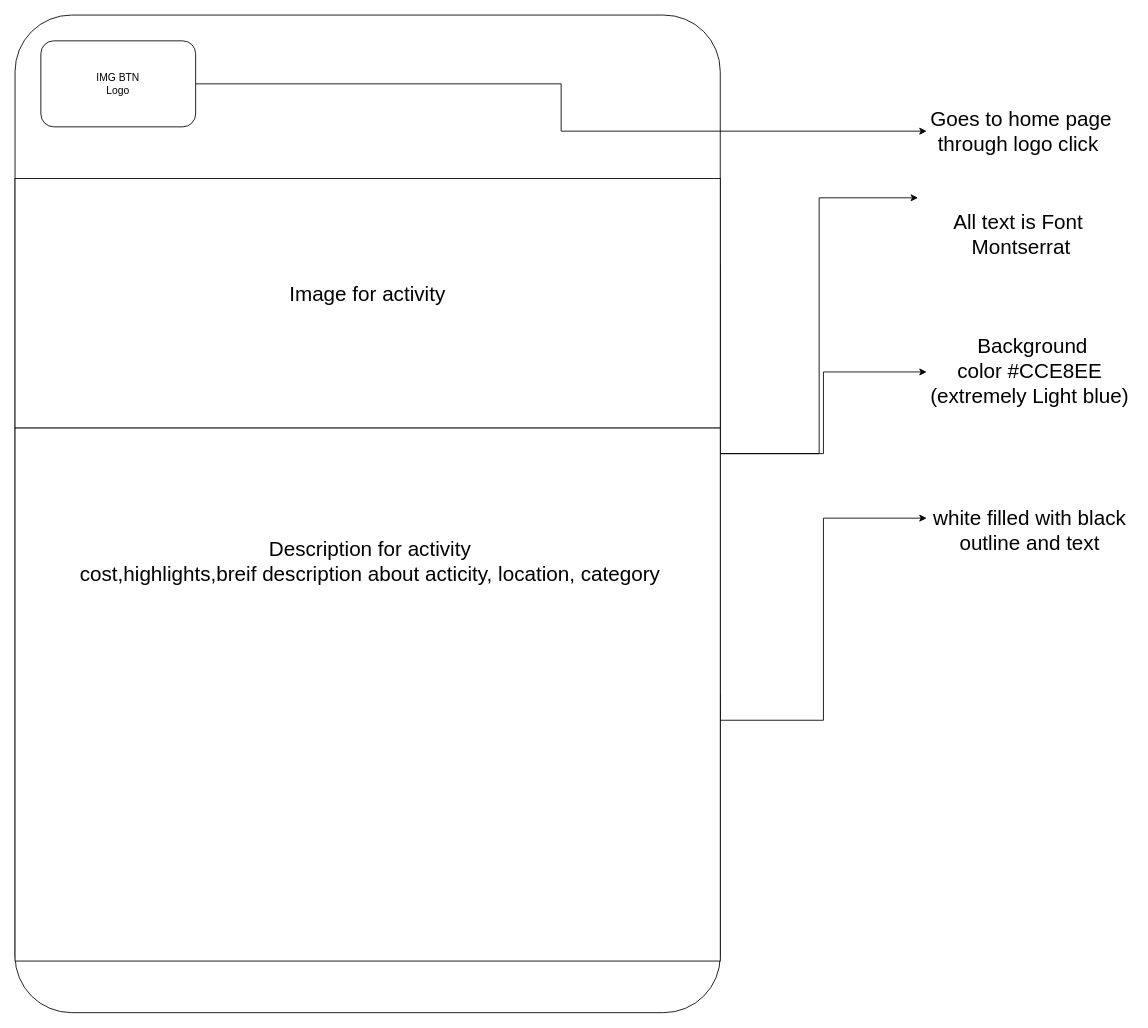
BarryHennett/ISCG7424_MobileAssignment keeps this draw.io diagram as Wireframes/DealsDetailsMBAPP.drawio. Above is the earlier version. Source tidied: cells renumbered, new cells numbered last; positions are measured from the earlier drawing's top-left corner, leaving out a move shared by most shapes. Both pictures are drawn from the tidied source at 86%, with x=0, y=0 at pixel (15, 15).
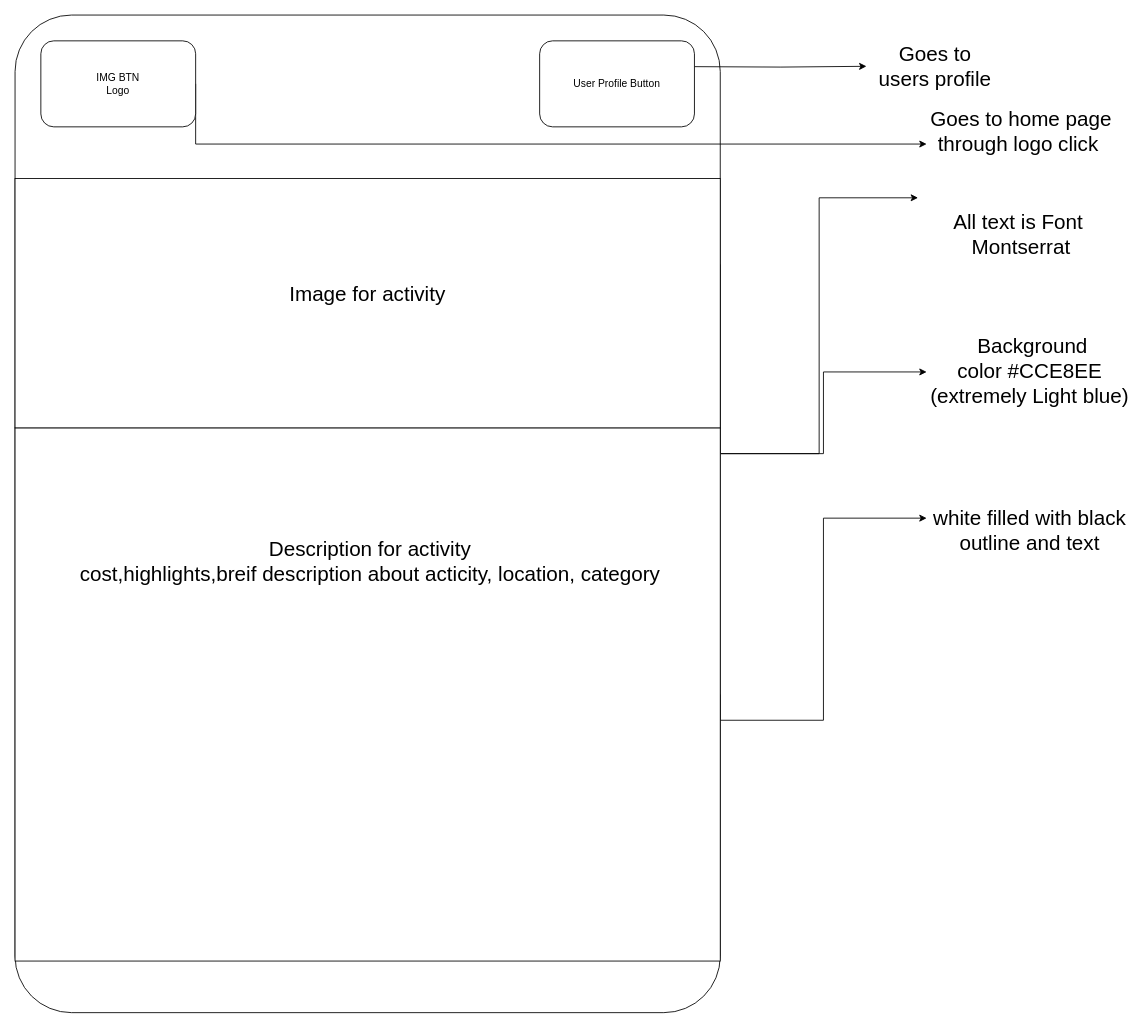
After the change.

Unchanged cells that the change refers to:
```xml
<mxCell id="14" value="IMG BTN&lt;div&gt;Logo&lt;/div&gt;" style="rounded=1;whiteSpace=wrap;html=1;" parent="1" vertex="1">
  <mxGeometry x="30" y="30" width="180" height="100" as="geometry" />
</mxCell>
<mxCell id="15" value="&lt;font style=&quot;font-size: 24px;&quot;&gt;Goes to home page through logo click&amp;nbsp;&lt;/font&gt;" style="text;html=1;align=center;verticalAlign=middle;whiteSpace=wrap;rounded=0;" parent="1" vertex="1">
  <mxGeometry x="1060" y="120" width="220" height="30" as="geometry" />
</mxCell>
```

The edit, as a diff of the source:
```diff
@@
     <mxCell id="13" style="edgeStyle=orthogonalEdgeStyle;rounded=0;jettySize=auto;html=1;exitX=1;exitY=0.5;exitDx=0;exitDy=0;" parent="1" edge="1" source="14" target="15">
-      <mxGeometry relative="1" as="geometry" />
+      <mxGeometry relative="1" as="geometry">
+        <Array as="points">
+          <mxPoint x="210" y="150" />
+        </Array>
+      </mxGeometry>
     </mxCell>
@@
+    <mxCell id="16" style="edgeStyle=orthogonalEdgeStyle;rounded=0;orthogonalLoop=1;jettySize=auto;html=1;exitX=1;exitY=0.5;exitDx=0;exitDy=0;" parent="1" edge="1">
+      <mxGeometry relative="1" as="geometry">
+        <mxPoint x="790" y="60" as="sourcePoint" />
+        <mxPoint x="990" y="59.6" as="targetPoint" />
+      </mxGeometry>
+    </mxCell>
+    <mxCell id="17" value="&lt;font style=&quot;font-size: 24px;&quot;&gt;Goes to users profile&lt;/font&gt;" style="text;html=1;align=center;verticalAlign=middle;whiteSpace=wrap;rounded=0;" parent="1" vertex="1">
+      <mxGeometry x="1000" y="45" width="140" height="30" as="geometry" />
+    </mxCell>
+    <mxCell id="18" value="User Profile Button" style="rounded=1;whiteSpace=wrap;html=1;" parent="1" vertex="1">
+      <mxGeometry x="610" y="30" width="180" height="100" as="geometry" />
+    </mxCell>
```
